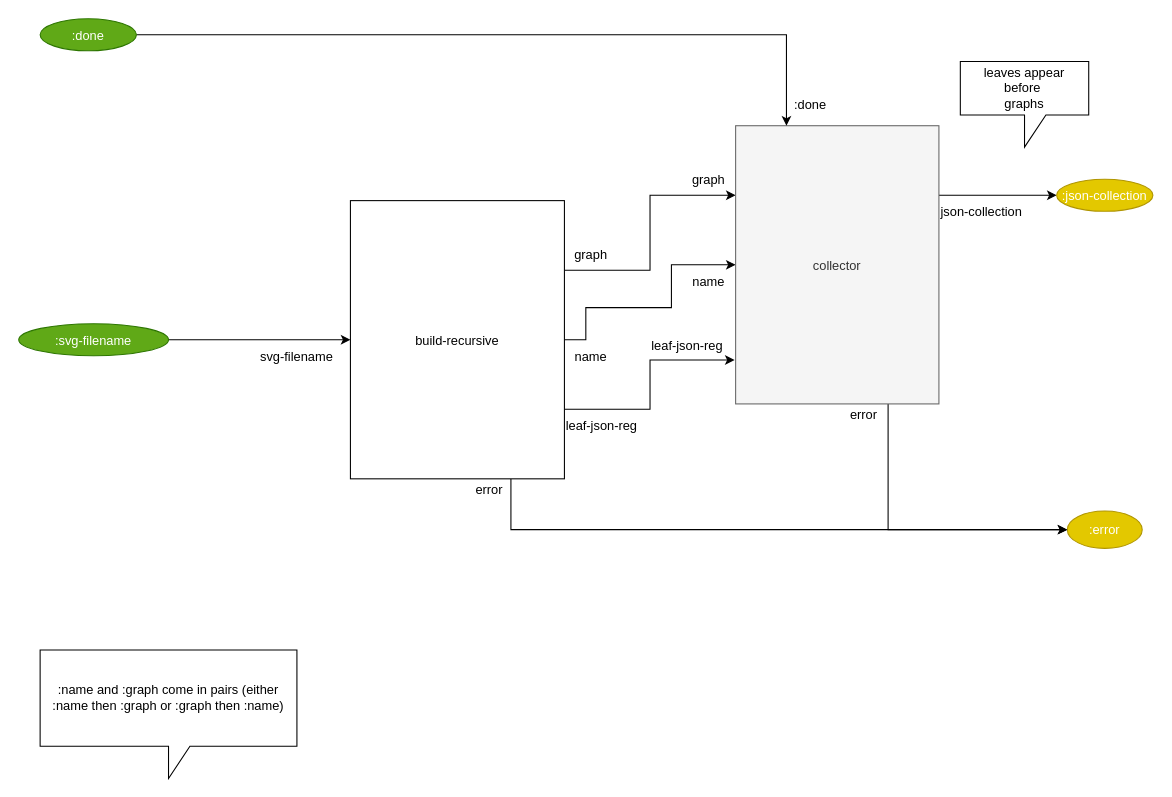
Earlier version of the draw.io diagram page "1. build" (2 of 5) of build_process/cl-build/build.drawio (bmfbp/bmfbp). Source tidied: cells renumbered, new cells numbered last; positions are measured from the earlier drawing's top-left corner, leaving out a move shared by most shapes. Both pictures are drawn from the tidied source at 107%, with x=0, y=0 at pixel (18, 18).
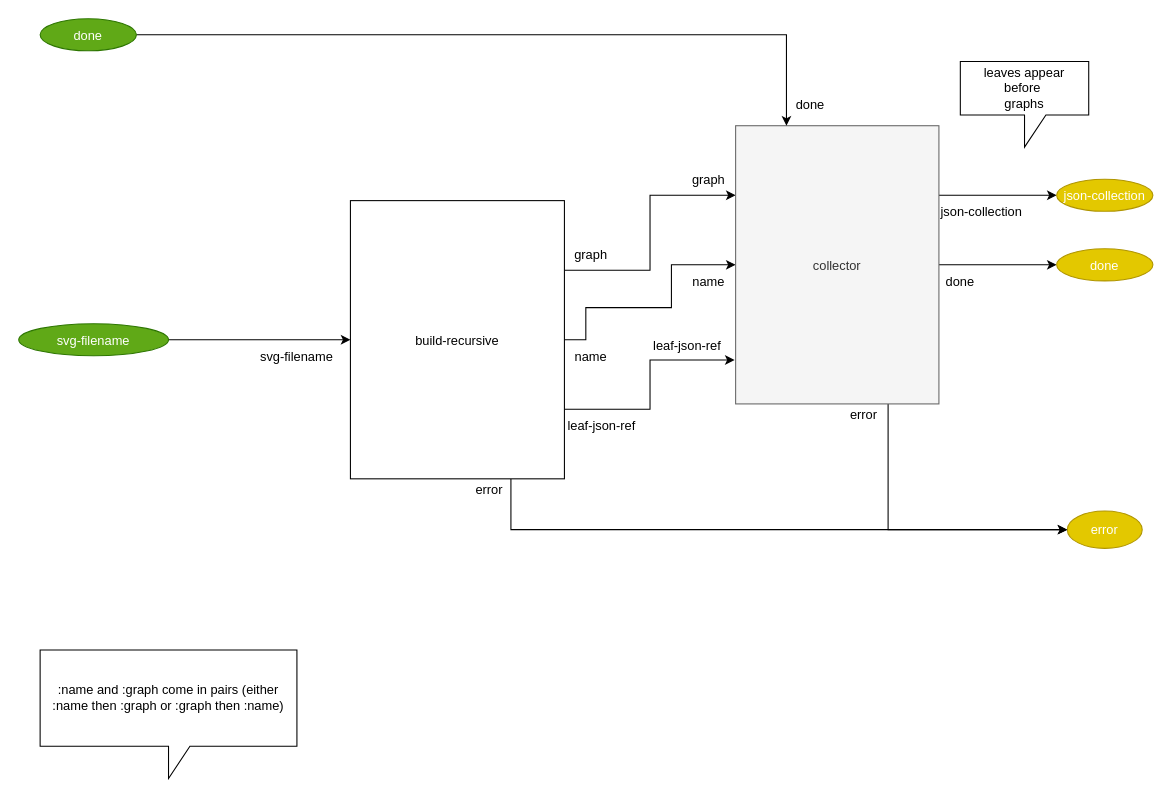
The same diagram, later.

The change refers to these unchanged cells:
```xml
<mxCell id="12" value="collector" style="rounded=0;strokeColor=#666666;align=center;fillColor=#f5f5f5;fontColor=#333333;" parent="1" vertex="1">
  <mxGeometry x="670" y="100" width="190" height="260" as="geometry" />
</mxCell>
```

What changed in the source:
```diff
@@
-    <mxCell id="8" value=":svg-filename" style="ellipse;fillColor=#60a917;strokeColor=#2D7600;fontColor=#ffffff;" parent="1" vertex="1">
+    <mxCell id="8" value="svg-filename" style="ellipse;fillColor=#60a917;strokeColor=#2D7600;fontColor=#ffffff;" parent="1" vertex="1">
       <mxGeometry y="285" width="140" height="30" as="geometry" />
     </mxCell>
-    <mxCell id="9" value=":error" style="ellipse;fillColor=#e3c800;strokeColor=#B09500;fontColor=#ffffff;" parent="1" vertex="1">
+    <mxCell id="9" value="error" style="ellipse;fillColor=#e3c800;strokeColor=#B09500;fontColor=#ffffff;" parent="1" vertex="1">
       <mxGeometry x="980" y="460" width="70" height="35" as="geometry" />
     </mxCell>
@@
+    <mxCell id="29" style="edgeStyle=orthogonalEdgeStyle;rounded=0;jettySize=auto;html=1;exitX=1;exitY=0.5;exitDx=0;exitDy=0;entryX=0;entryY=0.5;entryDx=0;entryDy=0;" parent="1" edge="1" source="12" target="30">
+      <mxGeometry relative="1" as="geometry" />
+    </mxCell>
@@
-    <mxCell id="14" value=":done" style="ellipse;fillColor=#60a917;strokeColor=#2D7600;fontColor=#ffffff;" parent="1" vertex="1">
+    <mxCell id="14" value="done" style="ellipse;fillColor=#60a917;strokeColor=#2D7600;fontColor=#ffffff;" parent="1" vertex="1">
       <mxGeometry x="20" width="90" height="30" as="geometry" />
     </mxCell>
-    <mxCell id="15" value=":json-collection" style="ellipse;fillColor=#e3c800;strokeColor=#B09500;fontColor=#ffffff;" parent="1" vertex="1">
+    <mxCell id="15" value="json-collection" style="ellipse;fillColor=#e3c800;strokeColor=#B09500;fontColor=#ffffff;" parent="1" vertex="1">
       <mxGeometry x="970" y="150" width="90" height="30" as="geometry" />
     </mxCell>
@@
-    <mxCell id="20" value=":done" style="text;strokeColor=none;fillColor=none;align=center;verticalAlign=middle;rounded=0;" parent="1" vertex="1">
+    <mxCell id="20" value="done" style="text;strokeColor=none;fillColor=none;align=center;verticalAlign=middle;rounded=0;" parent="1" vertex="1">
       <mxGeometry x="720" y="70" width="40" height="20" as="geometry" />
     </mxCell>
@@
-    <mxCell id="22" value="leaf-json-reg" style="text;strokeColor=none;fillColor=none;align=center;verticalAlign=middle;rounded=0;" parent="1" vertex="1">
+    <mxCell id="22" value="leaf-json-ref" style="text;strokeColor=none;fillColor=none;align=center;verticalAlign=middle;rounded=0;" parent="1" vertex="1">
       <mxGeometry x="590" y="295" width="70" height="20" as="geometry" />
     </mxCell>
-    <mxCell id="23" value="leaf-json-reg" style="text;strokeColor=none;fillColor=none;align=center;verticalAlign=middle;rounded=0;" parent="1" vertex="1">
+    <mxCell id="23" value="leaf-json-ref" style="text;strokeColor=none;fillColor=none;align=center;verticalAlign=middle;rounded=0;" parent="1" vertex="1">
       <mxGeometry x="510" y="370" width="70" height="20" as="geometry" />
     </mxCell>
@@
+    <mxCell id="30" value="done" style="ellipse;fillColor=#e3c800;strokeColor=#B09500;fontColor=#ffffff;" parent="1" vertex="1">
+      <mxGeometry x="970" y="215" width="90" height="30" as="geometry" />
+    </mxCell>
+    <mxCell id="31" value="done" style="text;strokeColor=none;fillColor=none;align=center;verticalAlign=middle;rounded=0;" parent="1" vertex="1">
+      <mxGeometry x="860" y="235" width="40" height="20" as="geometry" />
+    </mxCell>
```
